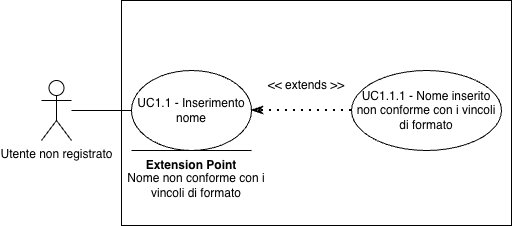
Earlier version of the draw.io export assets/diagrams/UC1_1.png (SkarabGroup/DocumentazioneProgetto). Source tidied: cells renumbered, new cells last; positions are measured from the earlier drawing's top-left corner, leaving out a move shared by most shapes.
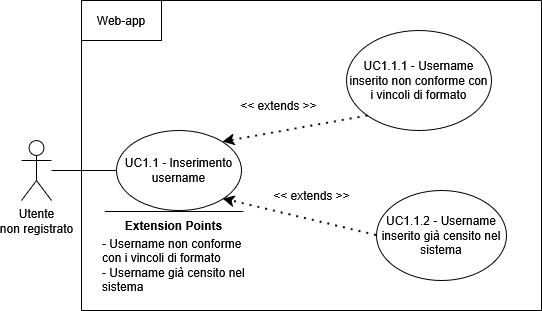
The same file after the commit.

Change to the diagram source:
```diff
@@ -2,38 +2,53 @@
   <root>
     <mxCell id="0" />
     <mxCell id="1" parent="0" />
-    <mxCell id="2" value="Utente non registrato" style="shape=umlActor;verticalLabelPosition=bottom;verticalAlign=top;html=1;outlineConnect=0;" parent="1" vertex="1">
+    <mxCell id="2" value="&lt;div&gt;Utente&lt;/div&gt;&lt;div&gt;non registrato&lt;/div&gt;" style="shape=umlActor;verticalLabelPosition=bottom;verticalAlign=top;html=1;outlineConnect=0;" parent="1" vertex="1">
       <mxGeometry y="80" width="30" height="60" as="geometry" />
     </mxCell>
-    <mxCell id="3" style="rounded=0;whiteSpace=wrap;html=1;" parent="1" vertex="1">
-      <mxGeometry x="80" width="390" height="225" as="geometry" />
-    </mxCell>
-    <mxCell id="4" value="UC1.1 - Inserimento nome" style="ellipse;whiteSpace=wrap;html=1;" parent="1" vertex="1">
-      <mxGeometry x="90" y="70" width="120" height="80" as="geometry" />
-    </mxCell>
-    <mxCell id="5" value="UC1.1.1 - Nome inserito non conforme con i vincoli di formato" style="ellipse;whiteSpace=wrap;html=1;" parent="1" vertex="1">
-      <mxGeometry x="310" y="70" width="150" height="80" as="geometry" />
-    </mxCell>
-    <mxCell id="6" style="endArrow=classicThin;dashed=1;html=1;dashPattern=1 3;strokeWidth=2;rounded=0;entryX=1;entryY=0.5;entryDx=0;entryDy=0;exitX=0;exitY=0.5;exitDx=0;exitDy=0;endFill=0;startArrow=none;startFill=0;" parent="1" edge="1" source="5" target="4">
-      <mxGeometry relative="1" as="geometry" />
-    </mxCell>
-    <mxCell id="7" style="endArrow=none;html=1;rounded=0;entryX=0;entryY=0.5;entryDx=0;entryDy=0;" parent="1" edge="1" source="2" target="4">
-      <mxGeometry relative="1" as="geometry" />
-    </mxCell>
+    <mxCell id="12" style="swimlane;startSize=0;" parent="1" vertex="1">
+      <mxGeometry x="60" y="-60" width="460" height="310" as="geometry" />
+    </mxCell>
+    <mxCell id="13" value="&lt;div&gt;UC1.1 - Inserimento username&lt;/div&gt;" style="ellipse;whiteSpace=wrap;html=1;" parent="12" vertex="1">
+      <mxGeometry x="35" y="130" width="125" height="80" as="geometry" />
+    </mxCell>
+    <mxCell id="14" value="UC1.1.1 - Username inserito non conforme con i vincoli di formato" style="ellipse;whiteSpace=wrap;html=1;" parent="12" vertex="1">
+      <mxGeometry x="265" y="30" width="145" height="100" as="geometry" />
+    </mxCell>
+    <mxCell id="15" style="endArrow=classic;dashed=1;html=1;dashPattern=1 3;strokeWidth=2;rounded=0;entryX=1;entryY=0;entryDx=0;entryDy=0;exitX=0;exitY=1;exitDx=0;exitDy=0;strokeColor=default;curved=0;endFill=1;endSize=6;" parent="12" edge="1" source="14" target="13">
+      <mxGeometry relative="1" as="geometry" />
+    </mxCell>
+    <mxCell id="16" value="&lt;div&gt;&amp;lt;&amp;lt; extends &amp;gt;&amp;gt;&lt;/div&gt;" style="text;html=1;whiteSpace=wrap;strokeColor=none;fillColor=none;align=center;verticalAlign=middle;rounded=0;" parent="12" vertex="1">
+      <mxGeometry x="150" y="90" width="95" height="30" as="geometry" />
+    </mxCell>
+    <mxCell id="17" value="UC1.1.2 - Username inserito già censito nel sistema" style="ellipse;whiteSpace=wrap;html=1;" parent="12" vertex="1">
+      <mxGeometry x="295" y="190" width="130" height="90" as="geometry" />
+    </mxCell>
+    <mxCell id="18" style="endArrow=classic;dashed=1;html=1;dashPattern=1 3;strokeWidth=2;rounded=0;entryX=1;entryY=1;entryDx=0;entryDy=0;exitX=0;exitY=0.5;exitDx=0;exitDy=0;strokeColor=default;curved=0;endFill=1;endSize=6;" parent="12" edge="1" source="17" target="13">
+      <mxGeometry relative="1" as="geometry" />
+    </mxCell>
-    <mxCell id="8" value="&amp;lt;&amp;lt; extends &amp;gt;&amp;gt;" style="text;html=1;whiteSpace=wrap;strokeColor=none;fillColor=none;align=center;verticalAlign=middle;rounded=0;" parent="1" vertex="1">
-      <mxGeometry x="220" y="70" width="90" height="30" as="geometry" />
+    <mxCell id="8" value="&amp;lt;&amp;lt; extends &amp;gt;&amp;gt;" style="text;html=1;whiteSpace=wrap;strokeColor=none;fillColor=none;align=center;verticalAlign=middle;rounded=0;" parent="12" vertex="1">
+      <mxGeometry x="182.5" y="180" width="95" height="30" as="geometry" />
     </mxCell>
-    <mxCell id="9" value="&lt;b&gt;Extension Point&lt;/b&gt;" style="text;html=1;whiteSpace=wrap;strokeColor=none;fillColor=none;align=center;verticalAlign=middle;rounded=0;" parent="1" vertex="1">
-      <mxGeometry x="90" y="150" width="120" height="30" as="geometry" />
-    </mxCell>
-    <mxCell id="10" style="endArrow=none;html=1;rounded=0;" parent="1" edge="1">
-      <mxGeometry relative="1" as="geometry">
-        <mxPoint x="90" y="150" as="sourcePoint" />
-        <mxPoint x="210" y="150" as="targetPoint" />
-      </mxGeometry>
-    </mxCell>
-    <mxCell id="11" value="Nome non conforme con i vincoli di formato" style="text;html=1;whiteSpace=wrap;strokeColor=none;fillColor=none;align=center;verticalAlign=middle;rounded=0;" parent="1" vertex="1">
-      <mxGeometry x="80" y="170" width="150" height="30" as="geometry" />
-    </mxCell>
+    <mxCell id="19" style="endArrow=none;html=1;rounded=0;" parent="12" edge="1">
+      <mxGeometry relative="1" as="geometry">
+        <mxPoint x="162" y="211" as="sourcePoint" />
+        <mxPoint x="23.2" y="211" as="targetPoint" />
+      </mxGeometry>
+    </mxCell>
+    <mxCell id="20" value="&lt;b&gt;Extension Points&lt;/b&gt;" style="text;html=1;whiteSpace=wrap;strokeColor=none;fillColor=none;align=center;verticalAlign=middle;rounded=0;strokeWidth=5;" parent="12" vertex="1">
+      <mxGeometry x="35" y="210" width="115" height="30" as="geometry" />
+    </mxCell>
+    <mxCell id="21" value="&lt;div align=&quot;left&quot;&gt;- Username non conforme con i vincoli di formato&lt;/div&gt;&lt;div align=&quot;left&quot;&gt;- Username già censito nel sistema&lt;/div&gt;" style="text;html=1;whiteSpace=wrap;strokeColor=none;fillColor=none;align=left;verticalAlign=middle;rounded=0;" parent="12" vertex="1">
+      <mxGeometry x="19" y="220" width="147" height="90" as="geometry" />
+    </mxCell>
+    <mxCell id="22" style="rounded=0;whiteSpace=wrap;html=1;" parent="12" vertex="1">
+      <mxGeometry width="80" height="40" as="geometry" />
+    </mxCell>
+    <mxCell id="23" value="Web-app" style="text;html=1;whiteSpace=wrap;strokeColor=none;fillColor=none;align=center;verticalAlign=middle;rounded=0;" parent="12" vertex="1">
+      <mxGeometry x="10" y="5" width="60" height="30" as="geometry" />
+    </mxCell>
+    <mxCell id="24" style="endArrow=none;html=1;rounded=0;entryX=0;entryY=0.5;entryDx=0;entryDy=0;" parent="1" edge="1" source="2" target="13">
+      <mxGeometry relative="1" as="geometry" />
+    </mxCell>
   </root>
 </mxGraphModel>
```
